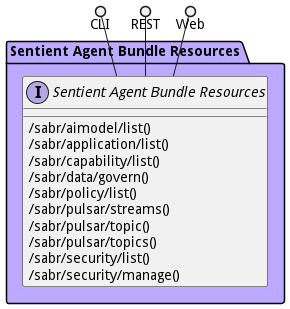
Before: docs/sabr/logical.png, a diagram exported from PlantUML (madajaju/sabr). Its diagram source:
```plantuml
@startuml



package "Sentient Agent Bundle Resources" #bbaaff {

    interface "Sentient Agent Bundle Resources" as i {
            /sabr/aimodel/list()
            /sabr/application/list()
            /sabr/capability/list()
            /sabr/data/govern()
            /sabr/policy/list()
            /sabr/pulsar/streams()
            /sabr/pulsar/topic()
            /sabr/pulsar/topics()
            /sabr/security/list()
            /sabr/security/manage()

    }
}

CLI ()-- i
REST ()-- i
Web ()-- i

package "Sentient Agent Bundle Resources" #bbaaff {

}



@enduml
```
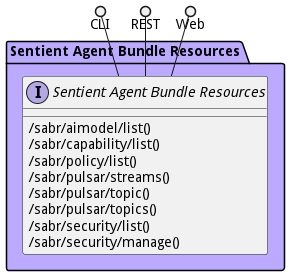
After the change.

What changed in the source:
```diff
@@ -6,9 +6,7 @@
 
     interface "Sentient Agent Bundle Resources" as i {
             /sabr/aimodel/list()
-            /sabr/application/list()
             /sabr/capability/list()
-            /sabr/data/govern()
             /sabr/policy/list()
             /sabr/pulsar/streams()
             /sabr/pulsar/topic()
```
